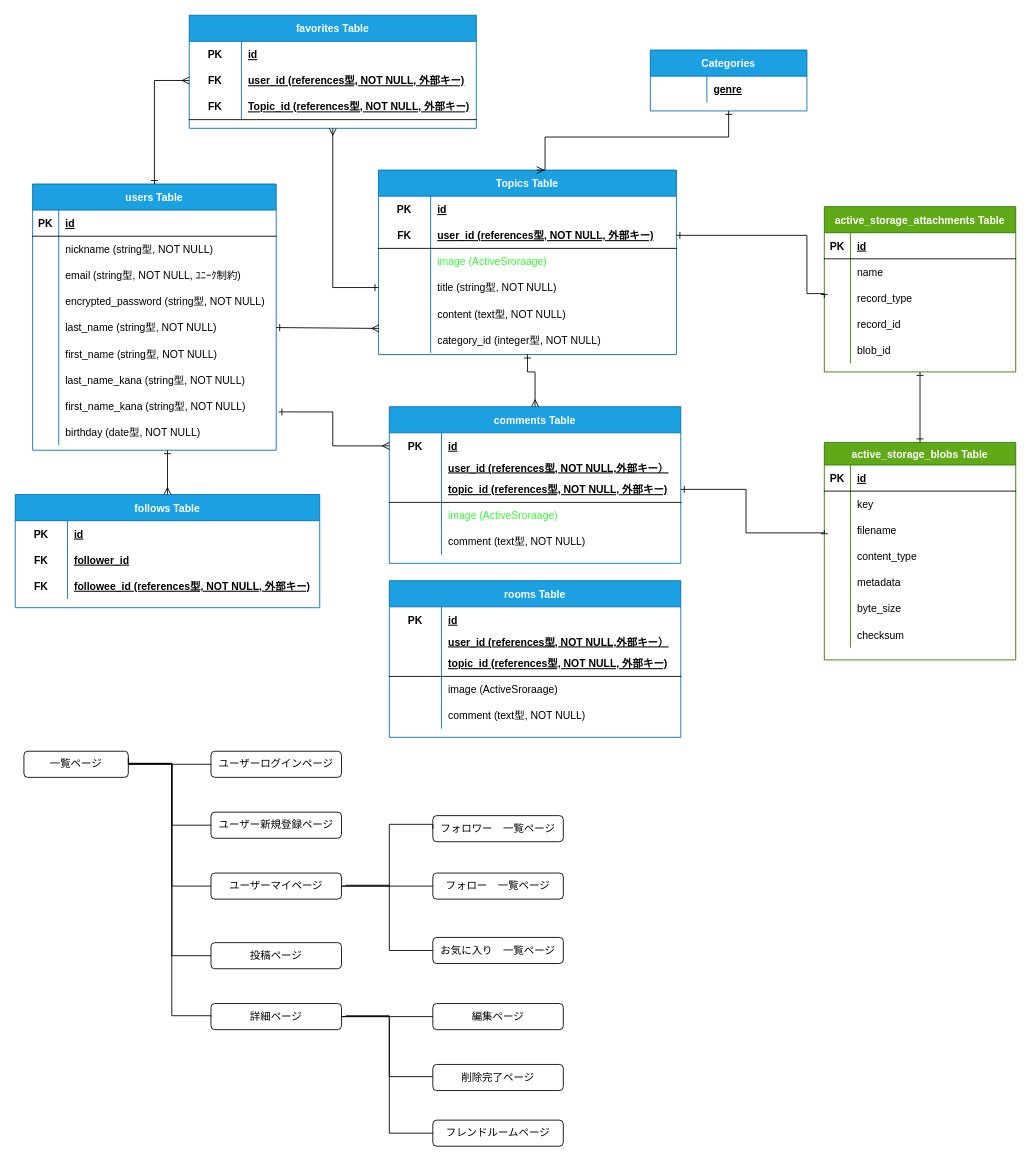
kumapachi/nichetalk keeps this draw.io diagram as nichetalk-ER.dio. Above is the earlier version. Source tidied: cells renumbered, new cells numbered last; positions are measured from the earlier drawing's top-left corner, leaving out a move shared by most shapes. Both pictures are drawn from the tidied source at 87%, with x=0, y=0 at pixel (15, 15).
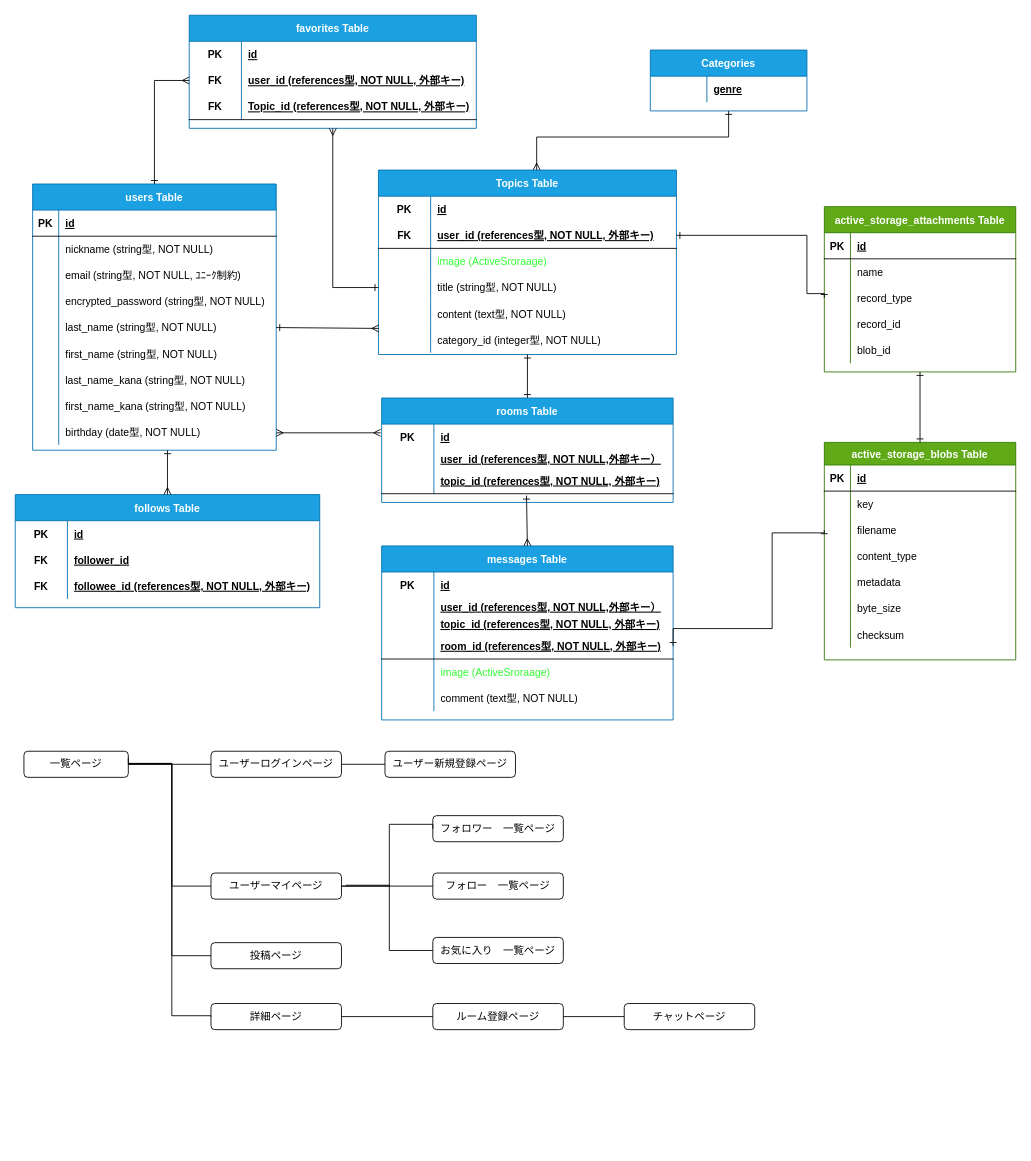
The same page after the edit.

The change refers to these unchanged cells:
```xml
<mxCell id="24" style="shape=partialRectangle;fillColor=none;top=0;left=0;bottom=0;right=0;points=[[0,0.5],[1,0.5]];portConstraint=eastwest;" parent="2" vertex="1">
  <mxGeometry y="240" width="280" height="30" as="geometry" />
</mxCell>
<mxCell id="30" value="Topics Table" style="shape=table;startSize=30;childLayout=tableLayout;rowLines=0;fontStyle=1;align=center;labelBackgroundColor=none;fillColor=#1ba1e2;fontColor=#ffffff;strokeColor=#006EAF;" parent="1" vertex="1">
  <mxGeometry x="417.5" y="178" width="342.5" height="212" as="geometry" />
</mxCell>
<mxCell id="60" style="shape=partialRectangle;fillColor=none;top=0;left=0;bottom=0;right=0;points=[[0,0.5],[1,0.5]];portConstraint=eastwest;" parent="59" vertex="1">
  <mxGeometry y="30" width="335" height="30" as="geometry" />
</mxCell>
<mxCell id="101" style="shape=partialRectangle;fillColor=none;top=0;left=0;bottom=0;right=0;points=[[0,0.5],[1,0.5]];portConstraint=eastwest;" parent="94" vertex="1">
  <mxGeometry y="86" width="220" height="30" as="geometry" />
</mxCell>
<mxCell id="120" value="Categories" style="shape=table;startSize=30;childLayout=tableLayout;rowLines=0;fontStyle=1;align=center;fillColor=#1ba1e2;fontColor=#ffffff;strokeColor=#006EAF;" parent="1" vertex="1">
  <mxGeometry x="730" y="40" width="180" height="70" as="geometry" />
</mxCell>
<mxCell id="138" value="ユーザーログインページ" style="rounded=1;whiteSpace=wrap;html=1;" parent="1" vertex="1">
  <mxGeometry x="225" y="846" width="150" height="30" as="geometry" />
</mxCell>
<mxCell id="142" value="詳細ページ" style="rounded=1;whiteSpace=wrap;html=1;" parent="1" vertex="1">
  <mxGeometry x="225" y="1136" width="150" height="30" as="geometry" />
</mxCell>
<mxCell id="164" style="shape=partialRectangle;fillColor=none;top=0;left=0;bottom=0;right=0;" parent="160" vertex="1">
  <mxGeometry y="60" width="335" height="20" as="geometry" />
</mxCell>
<mxCell id="167" style="shape=partialRectangle;fillColor=none;top=0;left=0;bottom=1;right=0;points=[[0,0.5],[1,0.5]];portConstraint=eastwest;spacing=2;" parent="160" vertex="1">
  <mxGeometry y="80" width="335" height="30" as="geometry" />
</mxCell>
```

The edit, as a diff of the source:
```diff
@@
-    <mxCell id="59" value="comments Table" style="shape=table;startSize=30;childLayout=tableLayout;rowLines=0;fontStyle=1;align=center;fillColor=#1ba1e2;fontColor=#ffffff;strokeColor=#006EAF;" parent="1" vertex="1">
-      <mxGeometry x="430" y="450" width="335" height="180" as="geometry" />
+    <mxCell id="59" value="messages Table" style="shape=table;startSize=30;childLayout=tableLayout;rowLines=0;fontStyle=1;align=center;fillColor=#1ba1e2;fontColor=#ffffff;strokeColor=#006EAF;" parent="1" vertex="1">
+      <mxGeometry x="421.2" y="610" width="335" height="200" as="geometry" />
     </mxCell>
@@
+    <mxCell id="176" style="shape=partialRectangle;fillColor=none;top=0;left=0;bottom=0;right=0;" parent="59" vertex="1">
+      <mxGeometry y="80" width="335" height="20" as="geometry" />
+    </mxCell>
+    <mxCell id="177" style="shape=partialRectangle;fillColor=none;top=0;left=0;bottom=0;right=0;fontStyle=1;overflow=hidden;" parent="176" vertex="1">
+      <mxGeometry width="60" height="20" as="geometry" />
+    </mxCell>
+    <mxCell id="178" value="topic_id (references型, NOT NULL, 外部キー)" style="shape=partialRectangle;fillColor=none;top=0;left=0;bottom=0;right=0;align=left;spacingLeft=6;fontStyle=5;overflow=hidden;" parent="176" vertex="1">
+      <mxGeometry x="60" width="275" height="20" as="geometry" />
+    </mxCell>
     <mxCell id="66" style="shape=partialRectangle;fillColor=none;top=0;left=0;bottom=1;right=0;points=[[0,0.5],[1,0.5]];portConstraint=eastwest;spacing=2;" parent="59" vertex="1">
-      <mxGeometry y="80" width="335" height="30" as="geometry" />
+      <mxGeometry y="100" width="335" height="30" as="geometry" />
     </mxCell>
@@
-    <mxCell id="68" value="topic_id (references型, NOT NULL, 外部キー)" style="shape=partialRectangle;fillColor=none;top=0;left=0;bottom=0;right=0;align=left;spacingLeft=6;fontStyle=5;overflow=hidden;" parent="66" vertex="1">
+    <mxCell id="68" value="room_id (references型, NOT NULL, 外部キー)" style="shape=partialRectangle;fillColor=none;top=0;left=0;bottom=0;right=0;align=left;spacingLeft=6;fontStyle=5;overflow=hidden;" parent="66" vertex="1">
       <mxGeometry x="60" width="275" height="30" as="geometry" />
     </mxCell>
     <mxCell id="69" style="shape=partialRectangle;fillColor=none;top=0;left=0;bottom=0;right=0;" parent="59" vertex="1">
-      <mxGeometry y="110" width="335" height="30" as="geometry" />
+      <mxGeometry y="130" width="335" height="30" as="geometry" />
     </mxCell>
@@
     <mxCell id="72" style="shape=partialRectangle;fillColor=none;top=0;left=0;bottom=0;right=0;" parent="59" vertex="1">
-      <mxGeometry y="140" width="335" height="30" as="geometry" />
+      <mxGeometry y="160" width="335" height="30" as="geometry" />
     </mxCell>
@@
-    <mxCell id="117" style="endArrow=ERone;html=1;rounded=0;edgeStyle=orthogonalEdgeStyle;startArrow=ERone;startFill=0;endFill=0;exitX=1;exitY=0.5;exitDx=0;exitDy=0;entryX=0;entryY=0.5;entryDx=0;entryDy=0;" parent="1" edge="1" source="66" target="101">
+    <mxCell id="117" style="endArrow=ERone;html=1;rounded=0;edgeStyle=orthogonalEdgeStyle;startArrow=ERone;startFill=0;endFill=0;entryX=0;entryY=0.5;entryDx=0;entryDy=0;exitX=1;exitY=0.5;exitDx=0;exitDy=0;" parent="1" edge="1" source="66" target="101">
       <mxGeometry relative="1" as="geometry">
         <Array as="points">
-          <mxPoint x="840" y="545" />
-          <mxPoint x="840" y="595" />
+          <mxPoint x="870" y="705" />
+          <mxPoint x="870" y="595" />
           <mxPoint x="930" y="595" />
         </Array>
       </mxGeometry>
     </mxCell>
@@
-    <mxCell id="119" style="endArrow=ERone;html=1;rounded=0;edgeStyle=orthogonalEdgeStyle;startArrow=ERmany;startFill=0;endFill=0;exitX=0.5;exitY=0;exitDx=0;exitDy=0;entryX=0.5;entryY=1;entryDx=0;entryDy=0;" parent="1" edge="1" source="59" target="30">
-      <mxGeometry relative="1" as="geometry">
-        <Array as="points">
-          <mxPoint x="598" y="410" />
-        </Array>
-      </mxGeometry>
+    <mxCell id="119" style="endArrow=ERone;html=1;rounded=0;startArrow=ERone;startFill=0;endFill=0;entryX=0.5;entryY=1;entryDx=0;entryDy=0;exitX=0.5;exitY=0;exitDx=0;exitDy=0;" parent="1" edge="1" source="160" target="30">
+      <mxGeometry relative="1" as="geometry" />
     </mxCell>
@@
     <mxCell id="124" style="endArrow=ERone;html=1;rounded=0;edgeStyle=orthogonalEdgeStyle;startArrow=ERmany;startFill=0;endFill=0;entryX=0.5;entryY=1;entryDx=0;entryDy=0;exitX=0.531;exitY=0;exitDx=0;exitDy=0;exitPerimeter=0;" parent="1" edge="1" source="30" target="120">
       <mxGeometry relative="1" as="geometry">
         <Array as="points">
-          <mxPoint x="609" y="140" />
+          <mxPoint x="599" y="140" />
           <mxPoint x="820" y="140" />
         </Array>
       </mxGeometry>
     </mxCell>
@@
-    <mxCell id="136" style="endArrow=ERone;html=1;rounded=0;edgeStyle=orthogonalEdgeStyle;startArrow=ERmany;startFill=0;endFill=0;entryX=1.009;entryY=0.733;entryDx=0;entryDy=0;exitX=0;exitY=0.5;exitDx=0;exitDy=0;entryPerimeter=0;" parent="1" edge="1" source="60" target="24">
-      <mxGeometry relative="1" as="geometry" />
+    <mxCell id="136" style="endArrow=ERmany;html=1;rounded=0;startArrow=ERmany;startFill=0;endFill=0;" parent="1" edge="1">
+      <mxGeometry relative="1" as="geometry">
+        <mxPoint x="420" y="480" as="sourcePoint" />
+        <mxPoint x="300" y="480" as="targetPoint" />
+      </mxGeometry>
     </mxCell>
@@
     <mxCell id="139" value="ユーザー新規登録ページ" style="rounded=1;whiteSpace=wrap;html=1;" parent="1" vertex="1">
-      <mxGeometry x="225" y="916" width="150" height="30" as="geometry" />
+      <mxGeometry x="425" y="846" width="150" height="30" as="geometry" />
     </mxCell>
@@
-    <mxCell id="146" value="編集ページ" style="rounded=1;whiteSpace=wrap;html=1;" parent="1" vertex="1">
-      <mxGeometry x="480" y="1136" width="150" height="30" as="geometry" />
-    </mxCell>
-    <mxCell id="147" value="削除完了ページ" style="rounded=1;whiteSpace=wrap;html=1;" parent="1" vertex="1">
-      <mxGeometry x="480" y="1206" width="150" height="30" as="geometry" />
-    </mxCell>
@@
-    <mxCell id="149" style="endArrow=none;html=1;rounded=0;edgeStyle=orthogonalEdgeStyle;startArrow=none;startFill=0;endFill=0;exitX=0;exitY=0.5;exitDx=0;exitDy=0;" parent="1" edge="1" source="139">
-      <mxGeometry relative="1" as="geometry">
-        <mxPoint x="130" y="860" as="targetPoint" />
-        <Array as="points">
-          <mxPoint x="180" y="931" />
-          <mxPoint x="180" y="860" />
-        </Array>
-      </mxGeometry>
-    </mxCell>
@@
-    <mxCell id="156" style="endArrow=none;html=1;entryX=0;entryY=0.5;entryDx=0;entryDy=0;exitX=1;exitY=0.5;exitDx=0;exitDy=0;" parent="1" edge="1" source="142" target="146">
-      <mxGeometry relative="1" as="geometry" />
-    </mxCell>
-    <mxCell id="157" style="endArrow=none;html=1;rounded=0;edgeStyle=orthogonalEdgeStyle;startArrow=none;startFill=0;endFill=0;entryX=1;entryY=0.5;entryDx=0;entryDy=0;" parent="1" edge="1" target="142">
-      <mxGeometry relative="1" as="geometry">
-        <mxPoint x="480" y="1220" as="sourcePoint" />
-        <Array as="points">
-          <mxPoint x="430" y="1220" />
-          <mxPoint x="430" y="1151" />
-        </Array>
-      </mxGeometry>
-    </mxCell>
-    <mxCell id="158" style="endArrow=none;html=1;rounded=0;edgeStyle=orthogonalEdgeStyle;startArrow=none;startFill=0;endFill=0;exitX=0;exitY=0.5;exitDx=0;exitDy=0;" parent="1" edge="1" source="159">
-      <mxGeometry relative="1" as="geometry">
-        <mxPoint x="380" y="1150" as="targetPoint" />
-        <Array as="points">
-          <mxPoint x="430" y="1285" />
-          <mxPoint x="430" y="1150" />
-        </Array>
-      </mxGeometry>
-    </mxCell>
-    <mxCell id="159" value="フレンドルームページ" style="rounded=1;whiteSpace=wrap;html=1;" parent="1" vertex="1">
-      <mxGeometry x="480" y="1270" width="150" height="30" as="geometry" />
+    <mxCell id="159" value="ルーム登録ページ" style="rounded=1;whiteSpace=wrap;html=1;" parent="1" vertex="1">
+      <mxGeometry x="480" y="1136" width="150" height="30" as="geometry" />
     </mxCell>
     <mxCell id="160" value="rooms Table" style="shape=table;startSize=30;childLayout=tableLayout;rowLines=0;fontStyle=1;align=center;fillColor=#1ba1e2;fontColor=#ffffff;strokeColor=#006EAF;" parent="1" vertex="1">
-      <mxGeometry x="430" y="650" width="335" height="180" as="geometry" />
+      <mxGeometry x="421.2" y="440" width="335" height="120" as="geometry" />
     </mxCell>
@@
-    <mxCell id="165" style="shape=partialRectangle;fillColor=none;top=0;left=0;bottom=0;right=0;fontStyle=1;overflow=hidden;" parent="164" vertex="1">
-      <mxGeometry width="60" height="20" as="geometry" />
-    </mxCell>
+    <mxCell id="179" style="shape=partialRectangle;fillColor=none;top=0;left=0;bottom=0;right=0;fontStyle=1;overflow=hidden;" parent="164" vertex="1">
+      <mxGeometry width="60" height="20" as="geometry" />
+    </mxCell>
@@
-    <mxCell id="170" style="shape=partialRectangle;fillColor=none;top=0;left=0;bottom=0;right=0;" parent="160" vertex="1">
-      <mxGeometry y="110" width="335" height="30" as="geometry" />
-    </mxCell>
-    <mxCell id="171" style="shape=partialRectangle;fillColor=none;top=0;left=0;bottom=0;right=0;overflow=hidden;" parent="170" vertex="1">
-      <mxGeometry width="60" height="30" as="geometry" />
-    </mxCell>
-    <mxCell id="172" value="image (ActiveSroraage)" style="shape=partialRectangle;fillColor=none;top=0;left=0;bottom=0;right=0;align=left;spacingLeft=6;overflow=hidden;" parent="170" vertex="1">
-      <mxGeometry x="60" width="275" height="30" as="geometry" />
-    </mxCell>
-    <mxCell id="173" style="shape=partialRectangle;fillColor=none;top=0;left=0;bottom=0;right=0;" parent="160" vertex="1">
-      <mxGeometry y="140" width="335" height="30" as="geometry" />
-    </mxCell>
-    <mxCell id="174" style="shape=partialRectangle;fillColor=none;top=0;left=0;bottom=0;right=0;overflow=hidden;" parent="173" vertex="1">
-      <mxGeometry width="60" height="30" as="geometry" />
-    </mxCell>
-    <mxCell id="175" value="comment (text型, NOT NULL)" style="shape=partialRectangle;fillColor=none;top=0;left=0;bottom=0;right=0;align=left;spacingLeft=6;overflow=hidden;" parent="173" vertex="1">
-      <mxGeometry x="60" width="275" height="30" as="geometry" />
-    </mxCell>
+    <mxCell id="180" value="チャットページ" style="rounded=1;whiteSpace=wrap;html=1;" parent="1" vertex="1">
+      <mxGeometry x="700" y="1136" width="150" height="30" as="geometry" />
+    </mxCell>
+    <mxCell id="181" style="endArrow=none;html=1;exitX=1;exitY=0.5;exitDx=0;exitDy=0;entryX=0;entryY=0.5;entryDx=0;entryDy=0;" parent="1" edge="1" source="142" target="159">
+      <mxGeometry relative="1" as="geometry" />
+    </mxCell>
+    <mxCell id="182" style="endArrow=none;html=1;exitX=1;exitY=0.5;exitDx=0;exitDy=0;entryX=0;entryY=0.5;entryDx=0;entryDy=0;" parent="1" edge="1" source="159" target="180">
+      <mxGeometry relative="1" as="geometry" />
+    </mxCell>
+    <mxCell id="183" style="endArrow=none;html=1;exitX=1;exitY=0.5;exitDx=0;exitDy=0;entryX=0;entryY=0.5;entryDx=0;entryDy=0;" parent="1" edge="1" source="138" target="139">
+      <mxGeometry relative="1" as="geometry" />
+    </mxCell>
+    <mxCell id="184" style="endArrow=ERone;html=1;exitX=0.5;exitY=0;exitDx=0;exitDy=0;startArrow=ERmany;startFill=0;entryX=0.497;entryY=1.073;entryDx=0;entryDy=0;entryPerimeter=0;endFill=0;" parent="1" edge="1" source="59" target="167">
+      <mxGeometry relative="1" as="geometry" />
+    </mxCell>
```
